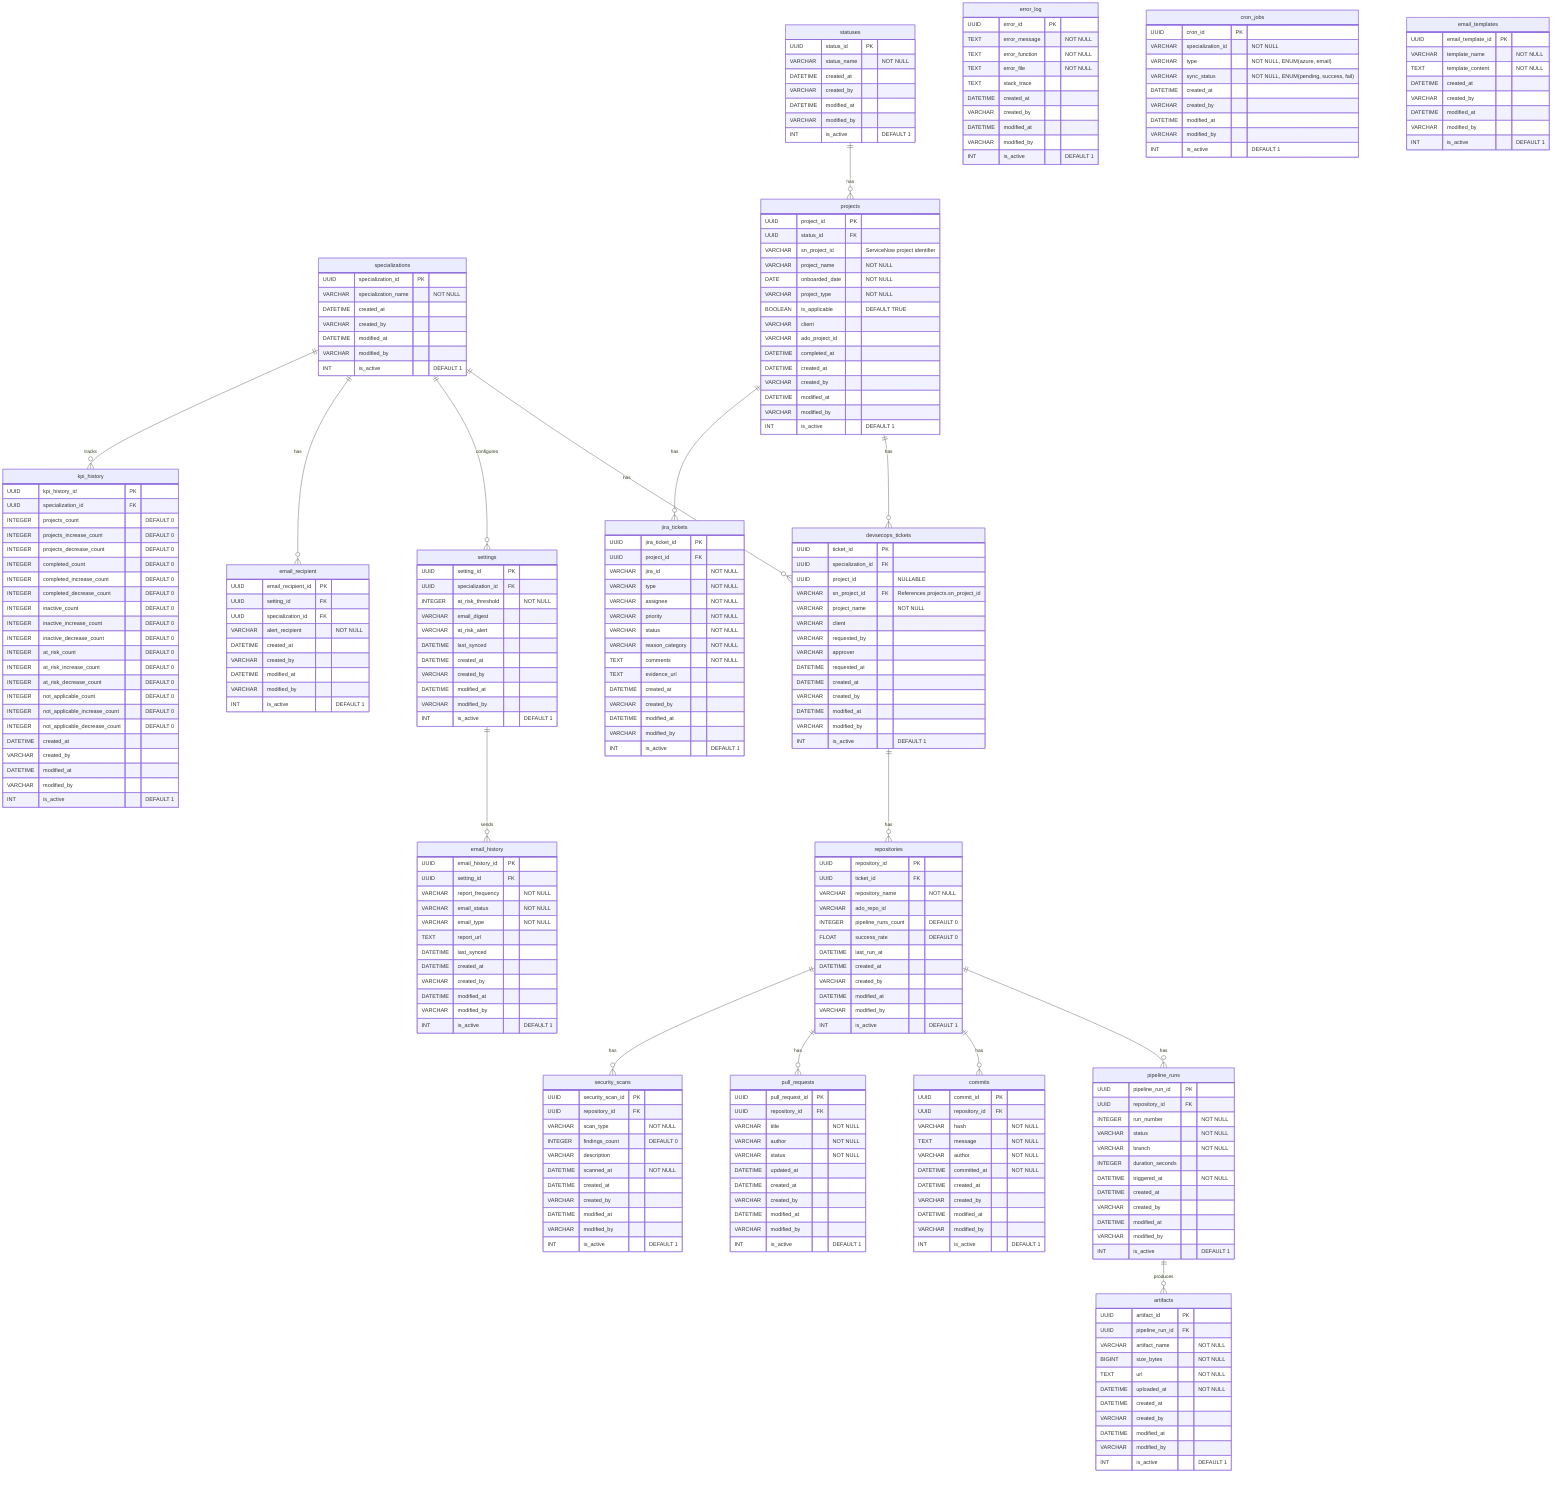
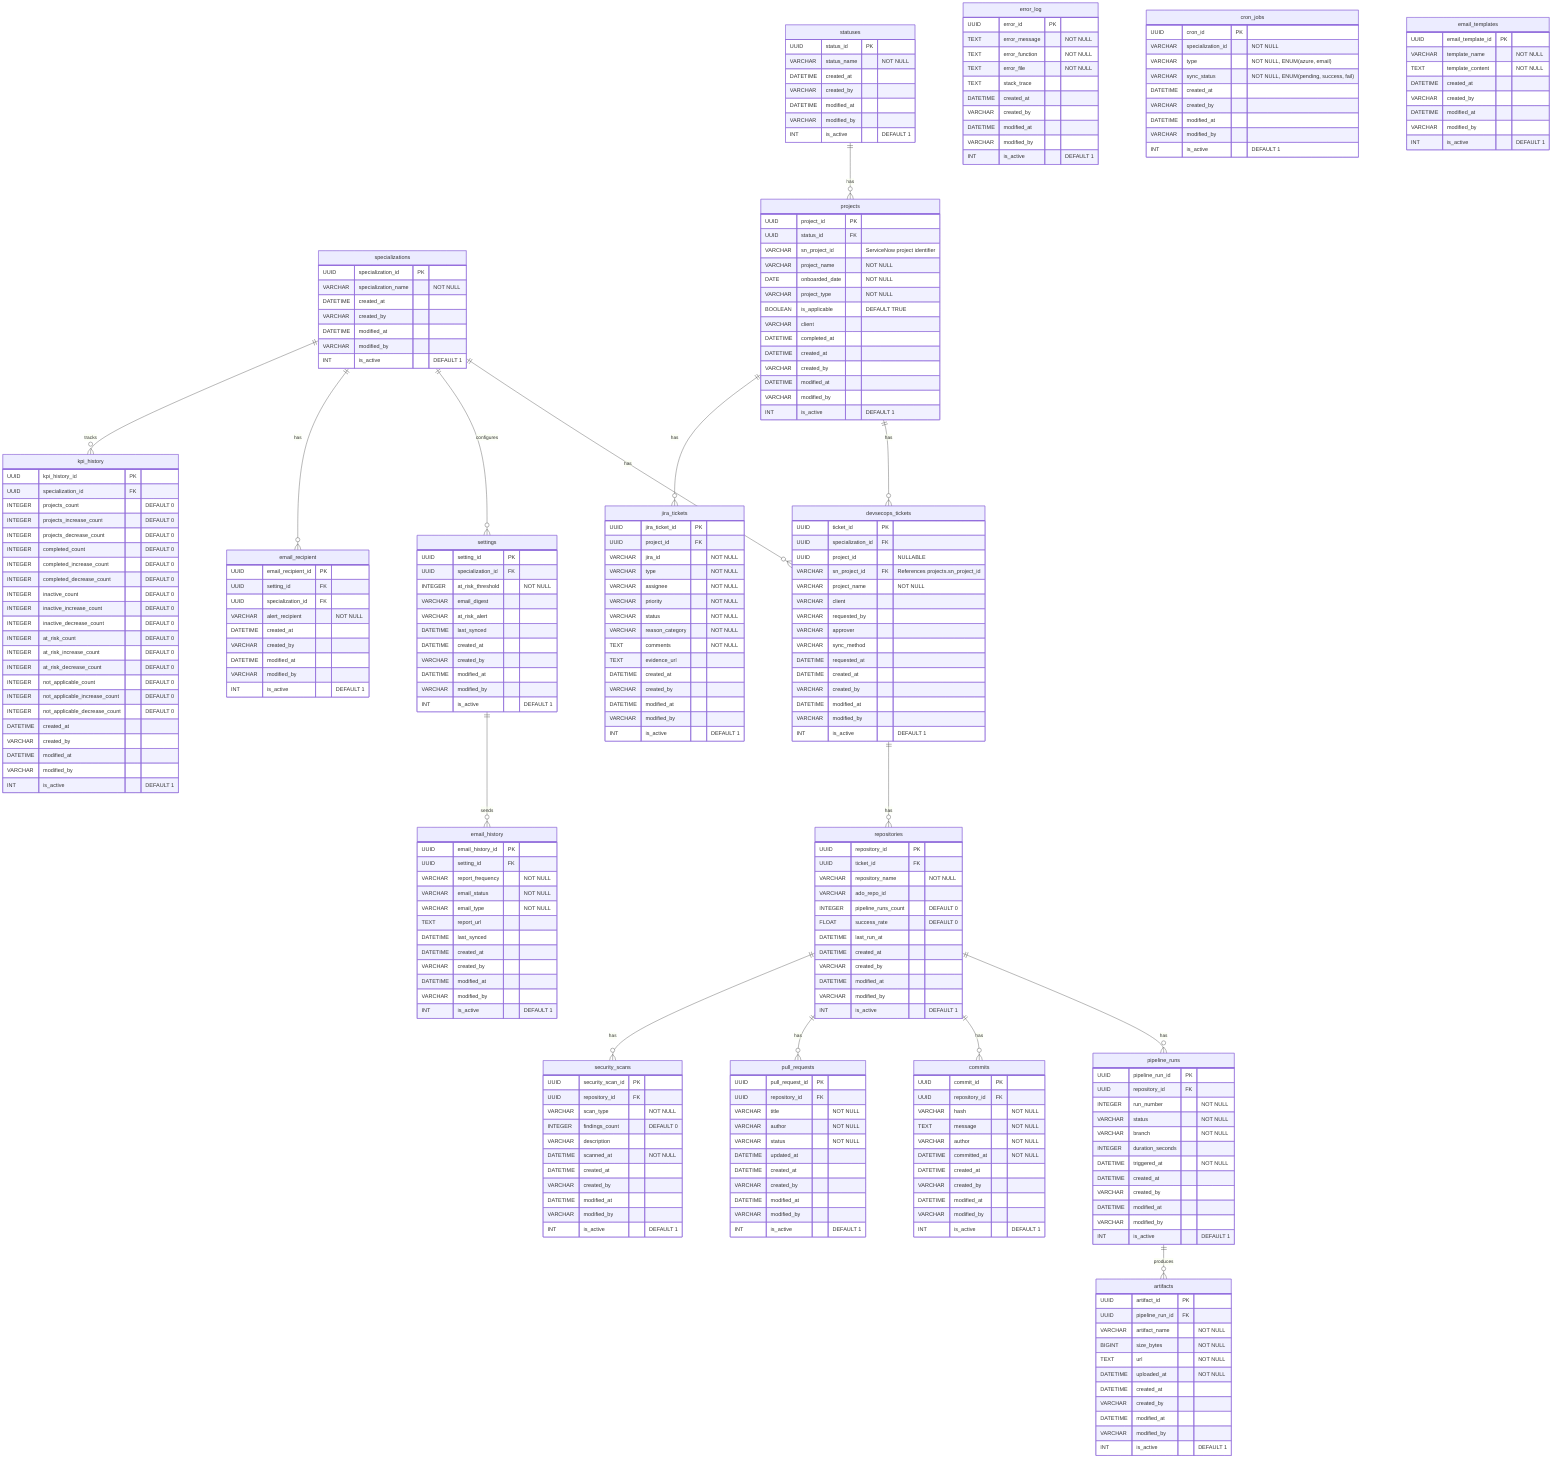
erDiagram
    %% DevSecOps Jira Dashboard - ER Diagram
    %% Pipeline/Commits/PRs/Scans/Artifacts fetched from Azure DevOps
    %% Project onboarding fetched from ServiceNow

    specializations {
        UUID specialization_id PK
        VARCHAR specialization_name "NOT NULL"
        DATETIME created_at
        VARCHAR created_by
        DATETIME modified_at
        VARCHAR modified_by
        INT is_active "DEFAULT 1"
    }

    statuses {
        UUID status_id PK
        VARCHAR status_name "NOT NULL"
        DATETIME created_at
        VARCHAR created_by
        DATETIME modified_at
        VARCHAR modified_by
        INT is_active "DEFAULT 1"
    }

    projects {
        UUID project_id PK
        UUID status_id FK
        VARCHAR sn_project_id "ServiceNow project identifier"
        VARCHAR project_name "NOT NULL"
        DATE onboarded_date "NOT NULL"
        VARCHAR project_type "NOT NULL"
        BOOLEAN is_applicable "DEFAULT TRUE"
        VARCHAR client
-         VARCHAR ado_project_id
        DATETIME completed_at
        DATETIME created_at
        VARCHAR created_by
        DATETIME modified_at
        VARCHAR modified_by
        INT is_active "DEFAULT 1"
    }

    repositories {
        UUID repository_id PK
        UUID ticket_id FK
        VARCHAR repository_name "NOT NULL"
        VARCHAR ado_repo_id
        INTEGER pipeline_runs_count "DEFAULT 0"
        FLOAT success_rate "DEFAULT 0"
        DATETIME last_run_at
        DATETIME created_at
        VARCHAR created_by
        DATETIME modified_at
        VARCHAR modified_by
        INT is_active "DEFAULT 1"
    }

    devsecops_tickets {
        UUID ticket_id PK
        UUID specialization_id FK
        UUID project_id "NULLABLE"
        VARCHAR sn_project_id FK "References projects.sn_project_id"
        VARCHAR project_name "NOT NULL"
        VARCHAR client
        VARCHAR requested_by
        VARCHAR approver
+         VARCHAR sync_method
        DATETIME requested_at
        DATETIME created_at
        VARCHAR created_by
        DATETIME modified_at
        VARCHAR modified_by
        INT is_active "DEFAULT 1"
    }

    settings {
        UUID setting_id PK
        UUID specialization_id FK
        INTEGER at_risk_threshold "NOT NULL"
        VARCHAR email_digest
        VARCHAR at_risk_alert
        DATETIME last_synced
        DATETIME created_at
        VARCHAR created_by
        DATETIME modified_at
        VARCHAR modified_by
        INT is_active "DEFAULT 1"
    }

    email_recipient {
        UUID email_recipient_id PK
        UUID setting_id FK
        UUID specialization_id FK
        VARCHAR alert_recipient "NOT NULL"
        DATETIME created_at
        VARCHAR created_by
        DATETIME modified_at
        VARCHAR modified_by
        INT is_active "DEFAULT 1"
    }

    error_log {
        UUID error_id PK
        TEXT error_message "NOT NULL"
        TEXT error_function "NOT NULL"
        TEXT error_file "NOT NULL"
        TEXT stack_trace
        DATETIME created_at
        VARCHAR created_by
        DATETIME modified_at
        VARCHAR modified_by
        INT is_active "DEFAULT 1"
    }

    jira_tickets {
        UUID jira_ticket_id PK
        UUID project_id FK
        VARCHAR jira_id "NOT NULL"
        VARCHAR type "NOT NULL"
        VARCHAR assignee "NOT NULL"
        VARCHAR priority "NOT NULL"
        VARCHAR status "NOT NULL"
        VARCHAR reason_category "NOT NULL"
        TEXT comments "NOT NULL"
        TEXT evidence_url
        DATETIME created_at
        VARCHAR created_by
        DATETIME modified_at
        VARCHAR modified_by
        INT is_active "DEFAULT 1"
    }

    pipeline_runs {
        UUID pipeline_run_id PK
        UUID repository_id FK
        INTEGER run_number "NOT NULL"
        VARCHAR status "NOT NULL"
        VARCHAR branch "NOT NULL"
        INTEGER duration_seconds
        DATETIME triggered_at "NOT NULL"
        DATETIME created_at
        VARCHAR created_by
        DATETIME modified_at
        VARCHAR modified_by
        INT is_active "DEFAULT 1"
    }

    commits {
        UUID commit_id PK
        UUID repository_id FK
        VARCHAR hash "NOT NULL"
        TEXT message "NOT NULL"
        VARCHAR author "NOT NULL"
        DATETIME committed_at "NOT NULL"
        DATETIME created_at
        VARCHAR created_by
        DATETIME modified_at
        VARCHAR modified_by
        INT is_active "DEFAULT 1"
    }

    pull_requests {
        UUID pull_request_id PK
        UUID repository_id FK
        VARCHAR title "NOT NULL"
        VARCHAR author "NOT NULL"
        VARCHAR status "NOT NULL"
        DATETIME updated_at
        DATETIME created_at
        VARCHAR created_by
        DATETIME modified_at
        VARCHAR modified_by
        INT is_active "DEFAULT 1"
    }

    security_scans {
        UUID security_scan_id PK
        UUID repository_id FK
        VARCHAR scan_type "NOT NULL"
        INTEGER findings_count "DEFAULT 0"
        VARCHAR description
        DATETIME scanned_at "NOT NULL"
        DATETIME created_at
        VARCHAR created_by
        DATETIME modified_at
        VARCHAR modified_by
        INT is_active "DEFAULT 1"
    }

    artifacts {
        UUID artifact_id PK
        UUID pipeline_run_id FK
        VARCHAR artifact_name "NOT NULL"
        BIGINT size_bytes "NOT NULL"
        TEXT url "NOT NULL"
        DATETIME uploaded_at "NOT NULL"
        DATETIME created_at
        VARCHAR created_by
        DATETIME modified_at
        VARCHAR modified_by
        INT is_active "DEFAULT 1"
    }

    cron_jobs {
        UUID cron_id PK
        VARCHAR specialization_id "NOT NULL"
        VARCHAR type "NOT NULL, ENUM(azure, email)"
        VARCHAR sync_status "NOT NULL, ENUM(pending, success, fail)"
        DATETIME created_at
        VARCHAR created_by
        DATETIME modified_at
        VARCHAR modified_by
        INT is_active "DEFAULT 1"
    }

    kpi_history {
        UUID kpi_history_id PK
        UUID specialization_id FK
        INTEGER projects_count "DEFAULT 0"
        INTEGER projects_increase_count "DEFAULT 0"
        INTEGER projects_decrease_count "DEFAULT 0"
        INTEGER completed_count "DEFAULT 0"
        INTEGER completed_increase_count "DEFAULT 0"
        INTEGER completed_decrease_count "DEFAULT 0"
        INTEGER inactive_count "DEFAULT 0"
        INTEGER inactive_increase_count "DEFAULT 0"
        INTEGER inactive_decrease_count "DEFAULT 0"
        INTEGER at_risk_count "DEFAULT 0"
        INTEGER at_risk_increase_count "DEFAULT 0"
        INTEGER at_risk_decrease_count "DEFAULT 0"
        INTEGER not_applicable_count "DEFAULT 0"
        INTEGER not_applicable_increase_count "DEFAULT 0"
        INTEGER not_applicable_decrease_count "DEFAULT 0"
        DATETIME created_at
        VARCHAR created_by
        DATETIME modified_at
        VARCHAR modified_by
        INT is_active "DEFAULT 1"
    }

    email_history {
        UUID email_history_id PK
        UUID setting_id FK
        VARCHAR report_frequency "NOT NULL"
        VARCHAR email_status "NOT NULL"
        VARCHAR email_type "NOT NULL"
        TEXT report_url
        DATETIME last_synced
        DATETIME created_at
        VARCHAR created_by
        DATETIME modified_at
        VARCHAR modified_by
        INT is_active "DEFAULT 1"
    }


    email_templates {
        UUID email_template_id PK
        VARCHAR template_name "NOT NULL"
        TEXT template_content "NOT NULL"
        DATETIME created_at
        VARCHAR created_by
        DATETIME modified_at
        VARCHAR modified_by
        INT is_active "DEFAULT 1"
    }

    %% Relationships
    statuses ||--o{ projects : "has"

    projects ||--o{ devsecops_tickets : "has"
    specializations ||--o{ devsecops_tickets : "has"
    devsecops_tickets ||--o{ repositories : "has"
    projects ||--o{ jira_tickets : "has"
    specializations ||--o{ settings : "configures"
    specializations ||--o{ email_recipient : "has"
    settings ||--o{ email_history : "sends"
    specializations ||--o{ kpi_history : "tracks"
    repositories ||--o{ pipeline_runs : "has"
    repositories ||--o{ commits : "has"
    repositories ||--o{ pull_requests : "has"
    repositories ||--o{ security_scans : "has"
    pipeline_runs ||--o{ artifacts : "produces"

